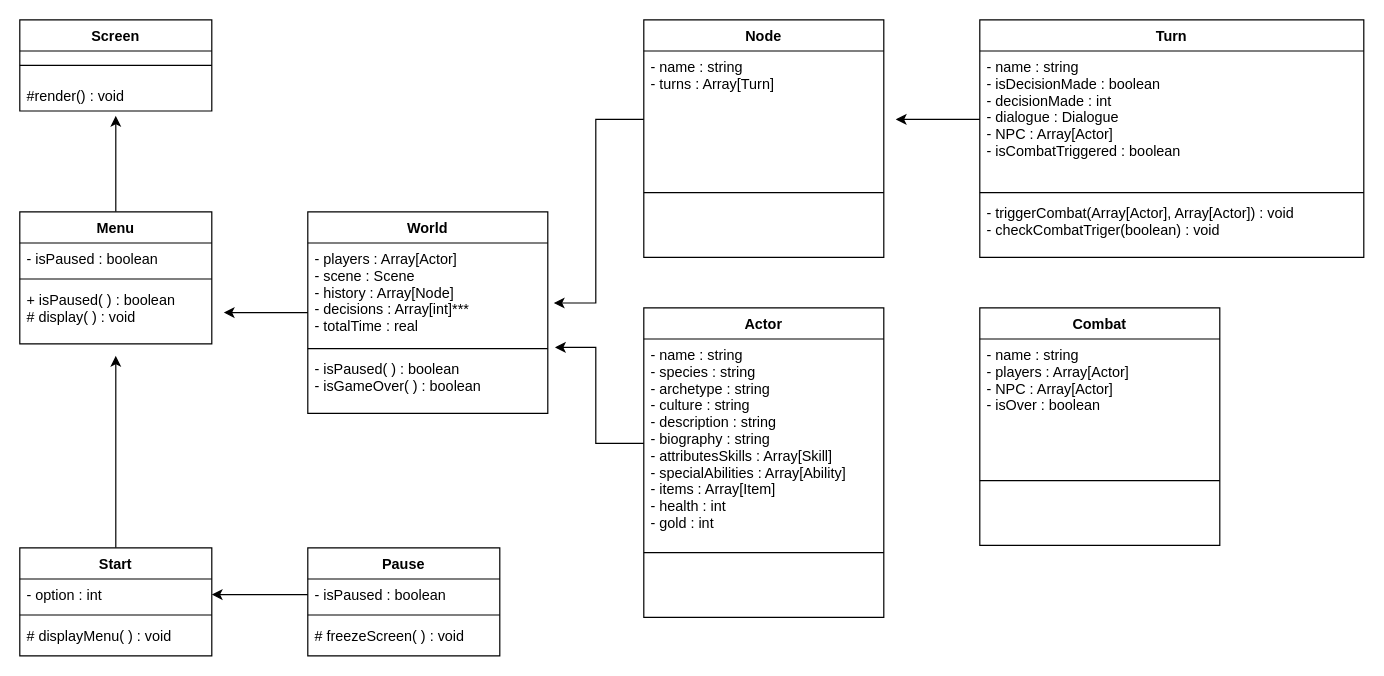
Before: UML Diagrams/Start Game/ProjectIlmatar_StartGameUML_GODOT_20210912.drawio in RPG-Research/bcirpg, a draw.io diagram. Source tidied: cells renumbered, new cells numbered last; positions are measured from the earlier drawing's top-left corner, leaving out a move shared by most shapes. Both pictures are drawn from the tidied source at 120%, with x=0, y=0 at pixel (19, 19).
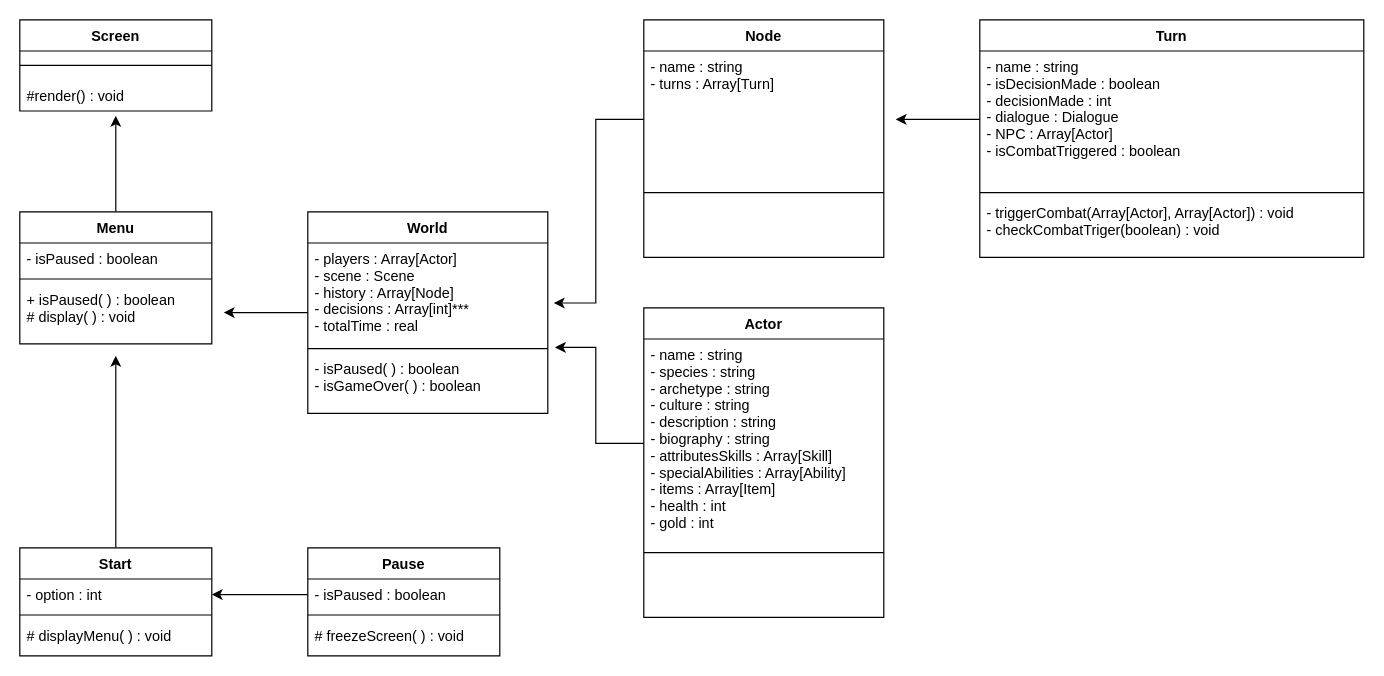
After the change.

Commit message (it also covers changes not shown here):
Pushed for todays UML drafting session

What changed in the source:
```diff
@@
-    <mxCell id="40" value="Combat" style="swimlane;fontStyle=1;align=center;verticalAlign=top;horizontal=1;startSize=26;" parent="1" vertex="1">
-      <mxGeometry x="800" y="240" width="200" height="198" as="geometry" />
-    </mxCell>
-    <mxCell id="41" value="- name : string&#10;- players : Array[Actor]&#10;- NPC : Array[Actor]&#10;- isOver : boolean&#10;&#10;&#10;" style="text;strokeColor=none;fillColor=none;align=left;verticalAlign=top;spacingLeft=4;spacingRight=4;overflow=hidden;" parent="40" vertex="1">
-      <mxGeometry y="26" width="200" height="114" as="geometry" />
-    </mxCell>
-    <mxCell id="42" style="line;strokeWidth=1;fillColor=none;align=left;verticalAlign=middle;spacingTop=-1;spacingLeft=3;spacingRight=3;labelPosition=right;" parent="40" vertex="1">
-      <mxGeometry y="140" width="200" height="8" as="geometry" />
-    </mxCell>
-    <mxCell id="43" value=" &#10;" style="text;strokeColor=none;fillColor=none;align=left;verticalAlign=top;spacingLeft=4;spacingRight=4;overflow=hidden;" parent="40" vertex="1">
-      <mxGeometry y="148" width="200" height="50" as="geometry" />
-    </mxCell>
```
